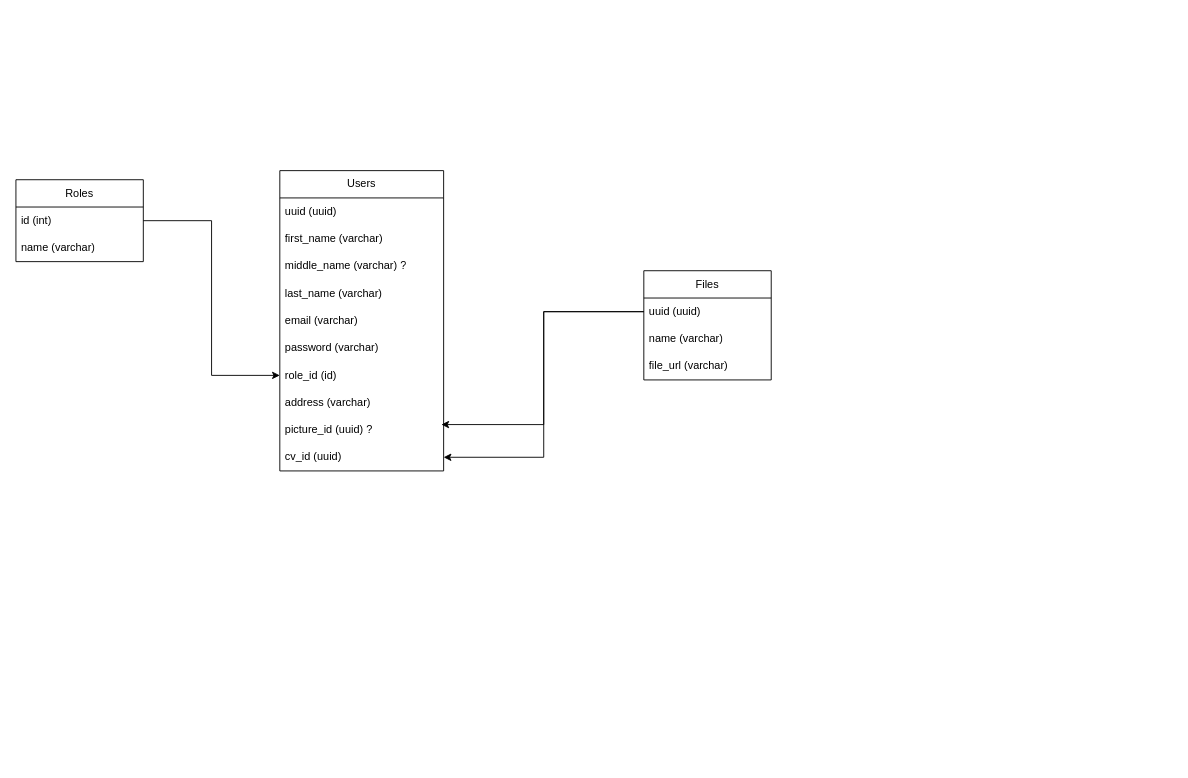
The draw.io diagram Untitled Diagram.drawio in rvldodo/flowchart, before the edit. Source tidied: cells renumbered, new cells numbered last; positions are measured from the earlier drawing's top-left corner, leaving out a move shared by most shapes. Both pictures are drawn from the tidied source at 91%, with x=0, y=0 at pixel (15, 170).
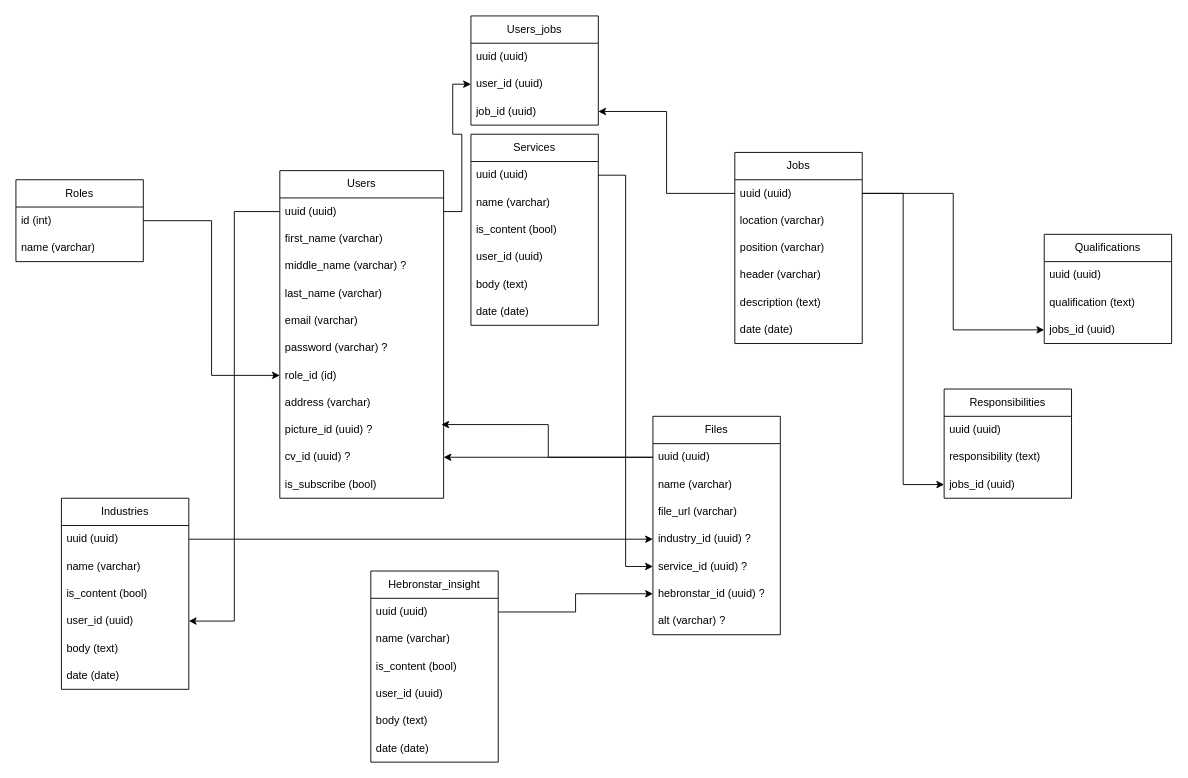
Above is the later version.

Unchanged cells that the change refers to:
```xml
<mxCell id="6" value="uuid (uuid)" style="text;strokeColor=none;fillColor=none;align=left;verticalAlign=middle;spacingLeft=4;spacingRight=4;overflow=hidden;points=[[0,0.5],[1,0.5]];portConstraint=eastwest;whiteSpace=wrap;html=1;" parent="5" vertex="1">
  <mxGeometry y="30" width="180" height="30" as="geometry" />
</mxCell>
```

The edit, as a diff of the source:
```diff
@@
     <mxCell id="5" value="Users" style="swimlane;fontStyle=0;horizontal=1;startSize=30;whiteSpace=wrap;html=1;" parent="1" vertex="1">
-      <mxGeometry x="290" width="180" height="330" as="geometry" />
+      <mxGeometry x="290" width="180" height="360" as="geometry" />
     </mxCell>
@@
-    <mxCell id="11" value="password (varchar)" style="text;strokeColor=none;fillColor=none;align=left;verticalAlign=middle;spacingLeft=4;spacingRight=4;overflow=hidden;whiteSpace=wrap;html=1;" parent="5" vertex="1">
+    <mxCell id="11" value="password (varchar) ?" style="text;strokeColor=none;fillColor=none;align=left;verticalAlign=middle;spacingLeft=4;spacingRight=4;overflow=hidden;whiteSpace=wrap;html=1;" parent="5" vertex="1">
       <mxGeometry y="180" width="180" height="30" as="geometry" />
     </mxCell>
@@
-    <mxCell id="15" value="cv_id (uuid)" style="text;strokeColor=none;fillColor=none;align=left;verticalAlign=middle;spacingLeft=4;spacingRight=4;overflow=hidden;points=[[0,0.5],[1,0.5]];portConstraint=eastwest;whiteSpace=wrap;html=1;" parent="5" vertex="1">
+    <mxCell id="15" value="cv_id (uuid) ?" style="text;strokeColor=none;fillColor=none;align=left;verticalAlign=middle;spacingLeft=4;spacingRight=4;overflow=hidden;points=[[0,0.5],[1,0.5]];portConstraint=eastwest;whiteSpace=wrap;html=1;" parent="5" vertex="1">
       <mxGeometry y="300" width="180" height="30" as="geometry" />
     </mxCell>
+    <mxCell id="23" value="is_subscribe (bool)&amp;nbsp;" style="text;strokeColor=none;fillColor=none;align=left;verticalAlign=middle;spacingLeft=4;spacingRight=4;overflow=hidden;whiteSpace=wrap;html=1;" parent="5" vertex="1">
+      <mxGeometry y="330" width="180" height="30" as="geometry" />
+    </mxCell>
@@
     <mxCell id="17" value="Files" style="swimlane;fontStyle=0;horizontal=1;startSize=30;whiteSpace=wrap;html=1;" parent="1" vertex="1">
-      <mxGeometry x="690" y="110" width="140" height="120" as="geometry" />
+      <mxGeometry x="700" y="270" width="140" height="240" as="geometry" />
     </mxCell>
@@
+    <mxCell id="24" value="industry_id (uuid) ?" style="text;strokeColor=none;fillColor=none;align=left;verticalAlign=middle;spacingLeft=4;spacingRight=4;overflow=hidden;points=[[0,0.5],[1,0.5]];portConstraint=eastwest;whiteSpace=wrap;html=1;" parent="17" vertex="1">
+      <mxGeometry y="120" width="140" height="30" as="geometry" />
+    </mxCell>
+    <mxCell id="25" value="service_id (uuid) ?" style="text;strokeColor=none;fillColor=none;align=left;verticalAlign=middle;spacingLeft=4;spacingRight=4;overflow=hidden;points=[[0,0.5],[1,0.5]];portConstraint=eastwest;whiteSpace=wrap;html=1;" parent="17" vertex="1">
+      <mxGeometry y="150" width="140" height="30" as="geometry" />
+    </mxCell>
+    <mxCell id="26" value="hebronstar_id (uuid) ?" style="text;strokeColor=none;fillColor=none;align=left;verticalAlign=middle;spacingLeft=4;spacingRight=4;overflow=hidden;points=[[0,0.5],[1,0.5]];portConstraint=eastwest;whiteSpace=wrap;html=1;" parent="17" vertex="1">
+      <mxGeometry y="180" width="140" height="30" as="geometry" />
+    </mxCell>
+    <mxCell id="27" value="alt (varchar) ?" style="text;strokeColor=none;fillColor=none;align=left;verticalAlign=middle;spacingLeft=4;spacingRight=4;overflow=hidden;whiteSpace=wrap;html=1;" parent="17" vertex="1">
+      <mxGeometry y="210" width="140" height="30" as="geometry" />
+    </mxCell>
@@
+    <mxCell id="28" value="Industries" style="swimlane;fontStyle=0;horizontal=1;startSize=30;whiteSpace=wrap;html=1;" parent="1" vertex="1">
+      <mxGeometry x="50" y="360" width="140" height="210" as="geometry" />
+    </mxCell>
+    <mxCell id="29" value="uuid (uuid)" style="text;strokeColor=none;fillColor=none;align=left;verticalAlign=middle;spacingLeft=4;spacingRight=4;overflow=hidden;points=[[0,0.5],[1,0.5]];portConstraint=eastwest;whiteSpace=wrap;html=1;" parent="28" vertex="1">
+      <mxGeometry y="30" width="140" height="30" as="geometry" />
+    </mxCell>
+    <mxCell id="30" value="name (varchar)" style="text;strokeColor=none;fillColor=none;align=left;verticalAlign=middle;spacingLeft=4;spacingRight=4;overflow=hidden;whiteSpace=wrap;html=1;" parent="28" vertex="1">
+      <mxGeometry y="60" width="140" height="30" as="geometry" />
+    </mxCell>
+    <mxCell id="31" value="is_content (bool)" style="text;strokeColor=none;fillColor=none;align=left;verticalAlign=middle;spacingLeft=4;spacingRight=4;overflow=hidden;whiteSpace=wrap;html=1;" parent="28" vertex="1">
+      <mxGeometry y="90" width="140" height="30" as="geometry" />
+    </mxCell>
+    <mxCell id="32" value="user_id (uuid)" style="text;strokeColor=none;fillColor=none;align=left;verticalAlign=middle;spacingLeft=4;spacingRight=4;overflow=hidden;points=[[0,0.5],[1,0.5]];portConstraint=eastwest;whiteSpace=wrap;html=1;" parent="28" vertex="1">
+      <mxGeometry y="120" width="140" height="30" as="geometry" />
+    </mxCell>
+    <mxCell id="33" value="body (text)" style="text;strokeColor=none;fillColor=none;align=left;verticalAlign=middle;spacingLeft=4;spacingRight=4;overflow=hidden;whiteSpace=wrap;html=1;" parent="28" vertex="1">
+      <mxGeometry y="150" width="140" height="30" as="geometry" />
+    </mxCell>
+    <mxCell id="34" value="date (date)" style="text;strokeColor=none;fillColor=none;align=left;verticalAlign=middle;spacingLeft=4;spacingRight=4;overflow=hidden;whiteSpace=wrap;html=1;" parent="28" vertex="1">
+      <mxGeometry y="180" width="140" height="30" as="geometry" />
+    </mxCell>
+    <mxCell id="35" style="edgeStyle=orthogonalEdgeStyle;rounded=0;jettySize=auto;html=1;" parent="1" edge="1" source="6" target="32">
+      <mxGeometry relative="1" as="geometry" />
+    </mxCell>
+    <mxCell id="36" style="edgeStyle=orthogonalEdgeStyle;rounded=0;jettySize=auto;html=1;" parent="1" edge="1" source="29" target="24">
+      <mxGeometry relative="1" as="geometry" />
+    </mxCell>
+    <mxCell id="37" value="Services" style="swimlane;fontStyle=0;horizontal=1;startSize=30;whiteSpace=wrap;html=1;" parent="1" vertex="1">
+      <mxGeometry x="500" y="-40" width="140" height="210" as="geometry" />
+    </mxCell>
+    <mxCell id="38" value="uuid (uuid)" style="text;strokeColor=none;fillColor=none;align=left;verticalAlign=middle;spacingLeft=4;spacingRight=4;overflow=hidden;points=[[0,0.5],[1,0.5]];portConstraint=eastwest;whiteSpace=wrap;html=1;" parent="37" vertex="1">
+      <mxGeometry y="30" width="140" height="30" as="geometry" />
+    </mxCell>
+    <mxCell id="39" value="name (varchar)" style="text;strokeColor=none;fillColor=none;align=left;verticalAlign=middle;spacingLeft=4;spacingRight=4;overflow=hidden;whiteSpace=wrap;html=1;" parent="37" vertex="1">
+      <mxGeometry y="60" width="140" height="30" as="geometry" />
+    </mxCell>
+    <mxCell id="40" value="is_content (bool)" style="text;strokeColor=none;fillColor=none;align=left;verticalAlign=middle;spacingLeft=4;spacingRight=4;overflow=hidden;whiteSpace=wrap;html=1;" parent="37" vertex="1">
+      <mxGeometry y="90" width="140" height="30" as="geometry" />
+    </mxCell>
+    <mxCell id="41" value="user_id (uuid)" style="text;strokeColor=none;fillColor=none;align=left;verticalAlign=middle;spacingLeft=4;spacingRight=4;overflow=hidden;whiteSpace=wrap;html=1;" parent="37" vertex="1">
+      <mxGeometry y="120" width="140" height="30" as="geometry" />
+    </mxCell>
+    <mxCell id="42" value="body (text)" style="text;strokeColor=none;fillColor=none;align=left;verticalAlign=middle;spacingLeft=4;spacingRight=4;overflow=hidden;whiteSpace=wrap;html=1;" parent="37" vertex="1">
+      <mxGeometry y="150" width="140" height="30" as="geometry" />
+    </mxCell>
+    <mxCell id="43" value="date (date)" style="text;strokeColor=none;fillColor=none;align=left;verticalAlign=middle;spacingLeft=4;spacingRight=4;overflow=hidden;whiteSpace=wrap;html=1;" parent="37" vertex="1">
+      <mxGeometry y="180" width="140" height="30" as="geometry" />
+    </mxCell>
+    <mxCell id="44" style="edgeStyle=orthogonalEdgeStyle;rounded=0;jettySize=auto;html=1;" parent="1" edge="1" source="38" target="25">
+      <mxGeometry relative="1" as="geometry" />
+    </mxCell>
+    <mxCell id="45" value="Hebronstar_insight" style="swimlane;fontStyle=0;horizontal=1;startSize=30;whiteSpace=wrap;html=1;" parent="1" vertex="1">
+      <mxGeometry x="390" y="440" width="140" height="210" as="geometry" />
+    </mxCell>
+    <mxCell id="46" value="uuid (uuid)" style="text;strokeColor=none;fillColor=none;align=left;verticalAlign=middle;spacingLeft=4;spacingRight=4;overflow=hidden;points=[[0,0.5],[1,0.5]];portConstraint=eastwest;whiteSpace=wrap;html=1;" parent="45" vertex="1">
+      <mxGeometry y="30" width="140" height="30" as="geometry" />
+    </mxCell>
+    <mxCell id="47" value="name (varchar)" style="text;strokeColor=none;fillColor=none;align=left;verticalAlign=middle;spacingLeft=4;spacingRight=4;overflow=hidden;whiteSpace=wrap;html=1;" parent="45" vertex="1">
+      <mxGeometry y="60" width="140" height="30" as="geometry" />
+    </mxCell>
+    <mxCell id="48" value="is_content (bool)" style="text;strokeColor=none;fillColor=none;align=left;verticalAlign=middle;spacingLeft=4;spacingRight=4;overflow=hidden;whiteSpace=wrap;html=1;" parent="45" vertex="1">
+      <mxGeometry y="90" width="140" height="30" as="geometry" />
+    </mxCell>
+    <mxCell id="49" value="user_id (uuid)" style="text;strokeColor=none;fillColor=none;align=left;verticalAlign=middle;spacingLeft=4;spacingRight=4;overflow=hidden;whiteSpace=wrap;html=1;" parent="45" vertex="1">
+      <mxGeometry y="120" width="140" height="30" as="geometry" />
+    </mxCell>
+    <mxCell id="50" value="body (text)" style="text;strokeColor=none;fillColor=none;align=left;verticalAlign=middle;spacingLeft=4;spacingRight=4;overflow=hidden;whiteSpace=wrap;html=1;" parent="45" vertex="1">
+      <mxGeometry y="150" width="140" height="30" as="geometry" />
+    </mxCell>
+    <mxCell id="51" value="date (date)" style="text;strokeColor=none;fillColor=none;align=left;verticalAlign=middle;spacingLeft=4;spacingRight=4;overflow=hidden;whiteSpace=wrap;html=1;" parent="45" vertex="1">
+      <mxGeometry y="180" width="140" height="30" as="geometry" />
+    </mxCell>
+    <mxCell id="52" style="edgeStyle=orthogonalEdgeStyle;rounded=0;jettySize=auto;html=1;" parent="1" edge="1" source="46" target="26">
+      <mxGeometry relative="1" as="geometry" />
+    </mxCell>
+    <mxCell id="53" value="Jobs" style="swimlane;fontStyle=0;horizontal=1;startSize=30;whiteSpace=wrap;html=1;" parent="1" vertex="1">
+      <mxGeometry x="790" y="-20" width="140" height="210" as="geometry" />
+    </mxCell>
+    <mxCell id="54" value="uuid (uuid)" style="text;strokeColor=none;fillColor=none;align=left;verticalAlign=middle;spacingLeft=4;spacingRight=4;overflow=hidden;points=[[0,0.5],[1,0.5]];portConstraint=eastwest;whiteSpace=wrap;html=1;" parent="53" vertex="1">
+      <mxGeometry y="30" width="140" height="30" as="geometry" />
+    </mxCell>
+    <mxCell id="55" value="location (varchar)" style="text;strokeColor=none;fillColor=none;align=left;verticalAlign=middle;spacingLeft=4;spacingRight=4;overflow=hidden;whiteSpace=wrap;html=1;" parent="53" vertex="1">
+      <mxGeometry y="60" width="140" height="30" as="geometry" />
+    </mxCell>
+    <mxCell id="56" value="position (varchar)" style="text;strokeColor=none;fillColor=none;align=left;verticalAlign=middle;spacingLeft=4;spacingRight=4;overflow=hidden;whiteSpace=wrap;html=1;" parent="53" vertex="1">
+      <mxGeometry y="90" width="140" height="30" as="geometry" />
+    </mxCell>
+    <mxCell id="57" value="header (varchar)" style="text;strokeColor=none;fillColor=none;align=left;verticalAlign=middle;spacingLeft=4;spacingRight=4;overflow=hidden;whiteSpace=wrap;html=1;" parent="53" vertex="1">
+      <mxGeometry y="120" width="140" height="30" as="geometry" />
+    </mxCell>
+    <mxCell id="58" value="description (text)" style="text;strokeColor=none;fillColor=none;align=left;verticalAlign=middle;spacingLeft=4;spacingRight=4;overflow=hidden;whiteSpace=wrap;html=1;" parent="53" vertex="1">
+      <mxGeometry y="150" width="140" height="30" as="geometry" />
+    </mxCell>
+    <mxCell id="59" value="date (date)" style="text;strokeColor=none;fillColor=none;align=left;verticalAlign=middle;spacingLeft=4;spacingRight=4;overflow=hidden;whiteSpace=wrap;html=1;" parent="53" vertex="1">
+      <mxGeometry y="180" width="140" height="30" as="geometry" />
+    </mxCell>
+    <mxCell id="60" value="Qualifications" style="swimlane;fontStyle=0;horizontal=1;startSize=30;whiteSpace=wrap;html=1;" parent="1" vertex="1">
+      <mxGeometry x="1130" y="70" width="140" height="120" as="geometry" />
+    </mxCell>
+    <mxCell id="61" value="uuid (uuid)" style="text;strokeColor=none;fillColor=none;align=left;verticalAlign=middle;spacingLeft=4;spacingRight=4;overflow=hidden;whiteSpace=wrap;html=1;" parent="60" vertex="1">
+      <mxGeometry y="30" width="140" height="30" as="geometry" />
+    </mxCell>
+    <mxCell id="62" value="qualification (text)" style="text;strokeColor=none;fillColor=none;align=left;verticalAlign=middle;spacingLeft=4;spacingRight=4;overflow=hidden;whiteSpace=wrap;html=1;" parent="60" vertex="1">
+      <mxGeometry y="60" width="140" height="30" as="geometry" />
+    </mxCell>
+    <mxCell id="63" value="jobs_id (uuid)" style="text;strokeColor=none;fillColor=none;align=left;verticalAlign=middle;spacingLeft=4;spacingRight=4;overflow=hidden;points=[[0,0.5],[1,0.5]];portConstraint=eastwest;whiteSpace=wrap;html=1;" parent="60" vertex="1">
+      <mxGeometry y="90" width="140" height="30" as="geometry" />
+    </mxCell>
+    <mxCell id="64" style="edgeStyle=orthogonalEdgeStyle;rounded=0;jettySize=auto;html=1;" parent="1" edge="1" source="54" target="63">
+      <mxGeometry relative="1" as="geometry" />
+    </mxCell>
+    <mxCell id="65" value="Responsibilities" style="swimlane;fontStyle=0;horizontal=1;startSize=30;whiteSpace=wrap;html=1;" parent="1" vertex="1">
+      <mxGeometry x="1020" y="240" width="140" height="120" as="geometry" />
+    </mxCell>
+    <mxCell id="66" value="uuid (uuid)" style="text;strokeColor=none;fillColor=none;align=left;verticalAlign=middle;spacingLeft=4;spacingRight=4;overflow=hidden;whiteSpace=wrap;html=1;" parent="65" vertex="1">
+      <mxGeometry y="30" width="140" height="30" as="geometry" />
+    </mxCell>
+    <mxCell id="67" value="responsibility (text)" style="text;strokeColor=none;fillColor=none;align=left;verticalAlign=middle;spacingLeft=4;spacingRight=4;overflow=hidden;whiteSpace=wrap;html=1;" parent="65" vertex="1">
+      <mxGeometry y="60" width="140" height="30" as="geometry" />
+    </mxCell>
+    <mxCell id="68" value="jobs_id (uuid)" style="text;strokeColor=none;fillColor=none;align=left;verticalAlign=middle;spacingLeft=4;spacingRight=4;overflow=hidden;points=[[0,0.5],[1,0.5]];portConstraint=eastwest;whiteSpace=wrap;html=1;" parent="65" vertex="1">
+      <mxGeometry y="90" width="140" height="30" as="geometry" />
+    </mxCell>
+    <mxCell id="69" style="edgeStyle=orthogonalEdgeStyle;rounded=0;jettySize=auto;html=1;" parent="1" edge="1" source="54" target="68">
+      <mxGeometry relative="1" as="geometry" />
+    </mxCell>
+    <mxCell id="70" value="Users_jobs" style="swimlane;fontStyle=0;horizontal=1;startSize=30;whiteSpace=wrap;html=1;" parent="1" vertex="1">
+      <mxGeometry x="500" y="-170" width="140" height="120" as="geometry" />
+    </mxCell>
+    <mxCell id="71" value="uuid (uuid)" style="text;strokeColor=none;fillColor=none;align=left;verticalAlign=middle;spacingLeft=4;spacingRight=4;overflow=hidden;whiteSpace=wrap;html=1;" parent="70" vertex="1">
+      <mxGeometry y="30" width="140" height="30" as="geometry" />
+    </mxCell>
+    <mxCell id="72" value="user_id (uuid)" style="text;strokeColor=none;fillColor=none;align=left;verticalAlign=middle;spacingLeft=4;spacingRight=4;overflow=hidden;points=[[0,0.5],[1,0.5]];portConstraint=eastwest;whiteSpace=wrap;html=1;" parent="70" vertex="1">
+      <mxGeometry y="60" width="140" height="30" as="geometry" />
+    </mxCell>
+    <mxCell id="73" value="job_id (uuid)" style="text;strokeColor=none;fillColor=none;align=left;verticalAlign=middle;spacingLeft=4;spacingRight=4;overflow=hidden;points=[[0,0.5],[1,0.5]];portConstraint=eastwest;whiteSpace=wrap;html=1;" parent="70" vertex="1">
+      <mxGeometry y="90" width="140" height="30" as="geometry" />
+    </mxCell>
+    <mxCell id="74" style="edgeStyle=orthogonalEdgeStyle;rounded=0;jettySize=auto;html=1;" parent="1" edge="1" source="6" target="72">
+      <mxGeometry relative="1" as="geometry">
+        <Array as="points">
+          <mxPoint x="490" y="45" />
+          <mxPoint x="490" y="-40" />
+          <mxPoint x="480" y="-40" />
+          <mxPoint x="480" y="-95" />
+        </Array>
+      </mxGeometry>
+    </mxCell>
+    <mxCell id="75" style="edgeStyle=orthogonalEdgeStyle;rounded=0;jettySize=auto;html=1;" parent="1" edge="1" source="54" target="73">
+      <mxGeometry relative="1" as="geometry" />
+    </mxCell>
```
